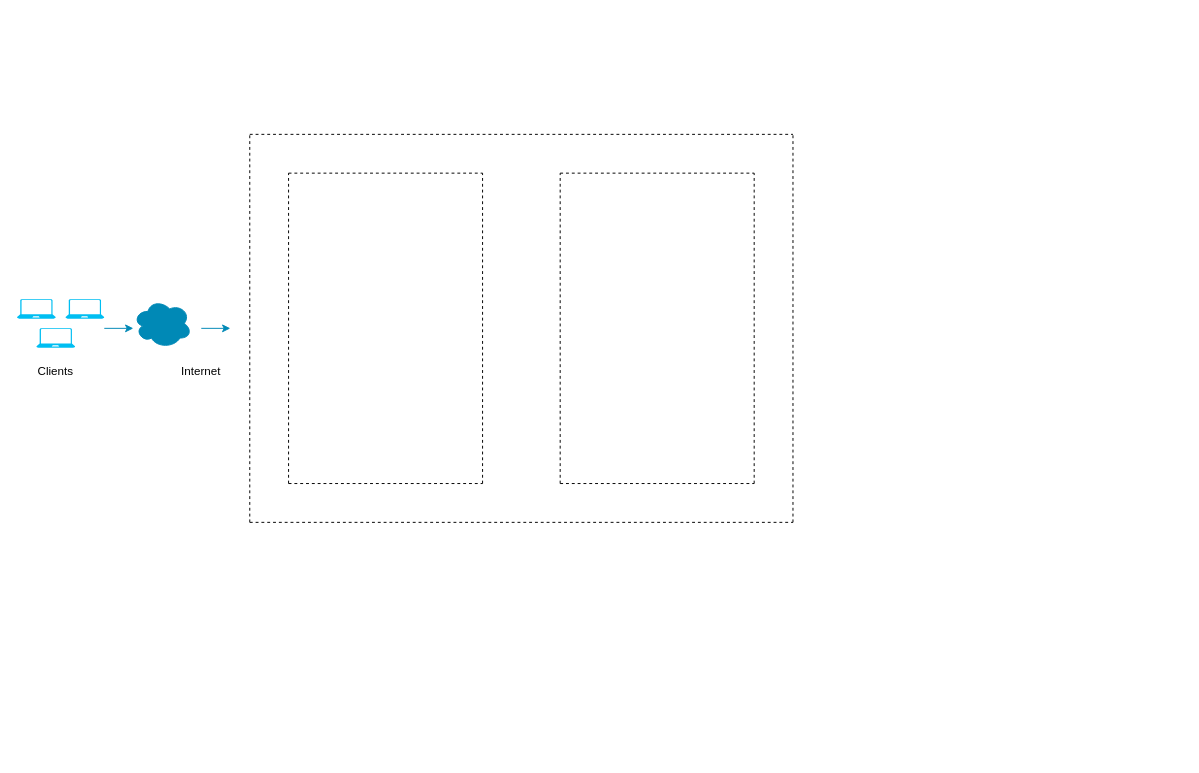
The draw.io diagram page "Page-1" (1 of 2) of architecture.drawio in Nawaf9529/project-diagrams-1, before the edit. Source tidied: cells renumbered, new cells numbered last; positions are measured from the earlier drawing's top-left corner, leaving out a move shared by most shapes. Both pictures are drawn from the tidied source at 97%, with x=0, y=0 at pixel (16, 134). Pictures stored in the file or linked from it are replaced by grey dashed boxes.
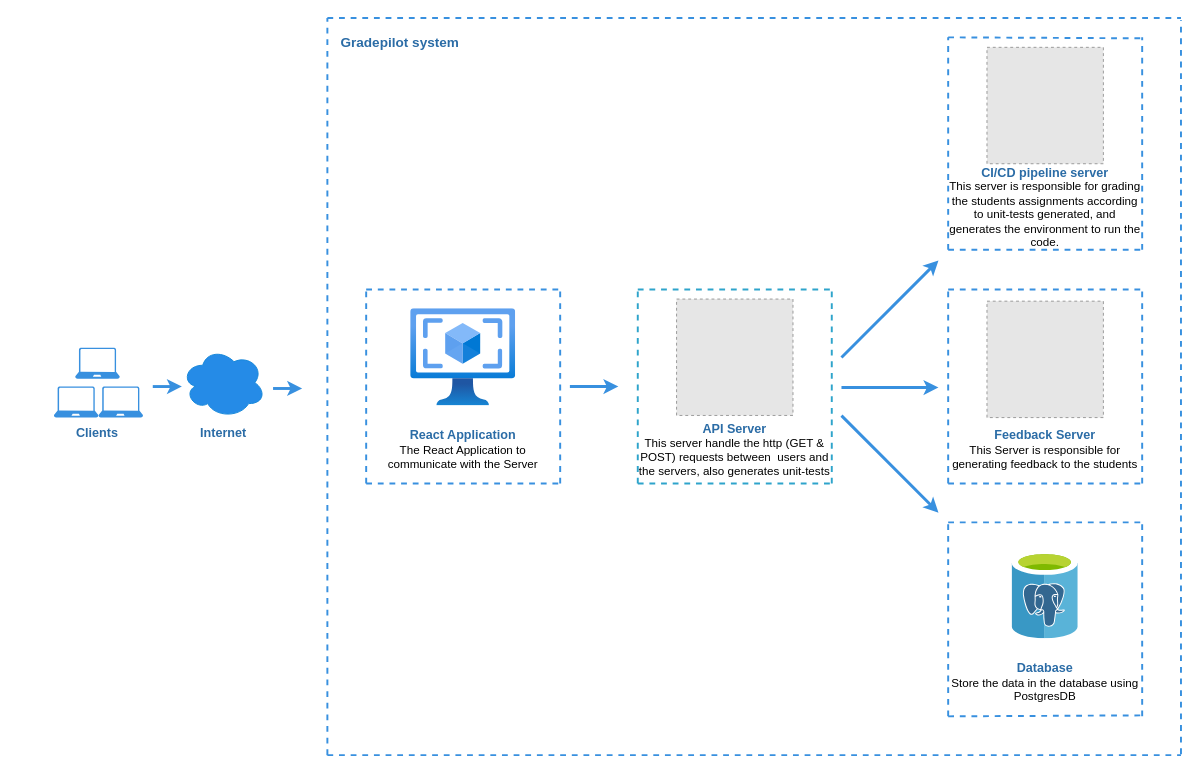
After the change.

Change to the diagram source:
```diff
@@
-    <mxCell id="2" style="verticalLabelPosition=bottom;html=1;verticalAlign=top;align=center;strokeColor=none;fillColor=#00BEF2;shape=mxgraph.azure.laptop;" parent="1" vertex="1">
-      <mxGeometry y="170" width="40" height="20" as="geometry" />
+    <mxCell id="2" style="verticalLabelPosition=bottom;html=1;verticalAlign=top;align=center;strokeColor=none;fillColor=#3890df;shape=mxgraph.azure.laptop;" parent="1" vertex="1">
+      <mxGeometry x="60" y="220" width="46" height="32" as="geometry" />
     </mxCell>
-    <mxCell id="3" style="verticalLabelPosition=bottom;html=1;verticalAlign=top;align=center;strokeColor=none;fillColor=#00BEF2;shape=mxgraph.azure.laptop;" parent="1" vertex="1">
-      <mxGeometry x="50" y="170" width="40" height="20" as="geometry" />
-    </mxCell>
-    <mxCell id="4" style="verticalLabelPosition=bottom;html=1;verticalAlign=top;align=center;strokeColor=none;fillColor=#00BEF2;shape=mxgraph.azure.laptop;" parent="1" vertex="1">
-      <mxGeometry x="20" y="200" width="40" height="20" as="geometry" />
-    </mxCell>
-    <mxCell id="5" style="endArrow=classic;html=1;rounded=0;strokeColor=#0089b6;" parent="1" edge="1">
+    <mxCell id="5" style="endArrow=classic;html=1;rounded=0;strokeColor=#3890df;strokeWidth=3;" parent="1" edge="1">
       <mxGeometry relative="1" as="geometry">
-        <mxPoint x="90" y="200" as="sourcePoint" />
-        <mxPoint x="120" y="200" as="targetPoint" />
+        <mxPoint x="140" y="260" as="sourcePoint" />
+        <mxPoint x="170" y="260" as="targetPoint" />
       </mxGeometry>
     </mxCell>
-    <mxCell id="6" style="ellipse;shape=cloud;whiteSpace=wrap;html=1;shadow=0;fillColor=#0089b6;strokeColor=#0089b6;" parent="1" vertex="1">
-      <mxGeometry x="120" y="170" width="60" height="50" as="geometry" />
+    <mxCell id="6" style="ellipse;shape=cloud;whiteSpace=wrap;html=1;shadow=0;fillColor=#258be7;strokeColor=#1788d9;" parent="1" vertex="1">
+      <mxGeometry x="170" y="220" width="86" height="72" as="geometry" />
     </mxCell>
-    <mxCell id="7" value="Clients" style="text;html=1;align=center;verticalAlign=middle;whiteSpace=wrap;rounded=0;" parent="1" vertex="1">
-      <mxGeometry x="10" y="230" width="60" height="30" as="geometry" />
+    <mxCell id="7" value="&lt;font size=&quot;1&quot; color=&quot;#2b6ca6&quot;&gt;&lt;b style=&quot;font-size: 13px;&quot;&gt;Clients&lt;/b&gt;&lt;/font&gt;" style="text;html=1;align=center;verticalAlign=middle;whiteSpace=wrap;rounded=0;" parent="1" vertex="1">
+      <mxGeometry x="53" y="292" width="60" height="30" as="geometry" />
     </mxCell>
-    <mxCell id="8" value="Internet" style="text;html=1;align=center;verticalAlign=middle;whiteSpace=wrap;rounded=0;" parent="1" vertex="1">
-      <mxGeometry x="160" y="230" width="60" height="30" as="geometry" />
+    <mxCell id="8" value="&lt;font size=&quot;1&quot; color=&quot;#2b6ca6&quot;&gt;&lt;b style=&quot;font-size: 13px;&quot;&gt;Internet&lt;/b&gt;&lt;/font&gt;" style="text;html=1;align=center;verticalAlign=middle;whiteSpace=wrap;rounded=0;" parent="1" vertex="1">
+      <mxGeometry x="183" y="292" width="60" height="30" as="geometry" />
     </mxCell>
-    <mxCell id="9" style="endArrow=classic;html=1;rounded=0;strokeColor=#0089b6;" parent="1" edge="1">
+    <mxCell id="9" style="endArrow=classic;html=1;rounded=0;strokeColor=#3890df;strokeWidth=3;" parent="1" edge="1">
       <mxGeometry relative="1" as="geometry">
-        <mxPoint x="190" y="200" as="sourcePoint" />
-        <mxPoint x="220" y="200" as="targetPoint" />
+        <mxPoint x="264" y="262" as="sourcePoint" />
+        <mxPoint x="294" y="262" as="targetPoint" />
       </mxGeometry>
     </mxCell>
-    <mxCell id="10" style="endArrow=none;dashed=1;html=1;rounded=0;" parent="1" edge="1">
+    <mxCell id="10" style="endArrow=none;dashed=1;html=1;rounded=0;strokeColor=#3890df;strokeWidth=2;" parent="1" edge="1">
       <mxGeometry relative="1" as="geometry">
-        <mxPoint x="280" y="360" as="sourcePoint" />
-        <mxPoint x="280" y="40" as="targetPoint" />
+        <mxPoint x="360" y="360" as="sourcePoint" />
+        <mxPoint x="360" y="160" as="targetPoint" />
       </mxGeometry>
     </mxCell>
-    <mxCell id="11" style="endArrow=none;dashed=1;html=1;rounded=0;" parent="1" edge="1">
+    <mxCell id="11" style="endArrow=none;dashed=1;html=1;rounded=0;strokeColor=#3890df;strokeWidth=2;" parent="1" edge="1">
       <mxGeometry relative="1" as="geometry">
-        <mxPoint x="480" y="360" as="sourcePoint" />
-        <mxPoint x="480" y="40" as="targetPoint" />
+        <mxPoint x="560" y="360" as="sourcePoint" />
+        <mxPoint x="560" y="160" as="targetPoint" />
       </mxGeometry>
     </mxCell>
-    <mxCell id="12" style="endArrow=none;dashed=1;html=1;rounded=0;" parent="1" edge="1">
+    <mxCell id="12" style="endArrow=none;dashed=1;html=1;rounded=0;strokeColor=#3890df;strokeWidth=2;" parent="1" edge="1">
       <mxGeometry relative="1" as="geometry">
-        <mxPoint x="280" y="360" as="sourcePoint" />
-        <mxPoint x="480" y="360" as="targetPoint" />
+        <mxPoint x="360" y="360" as="sourcePoint" />
+        <mxPoint x="560" y="360" as="targetPoint" />
       </mxGeometry>
     </mxCell>
-    <mxCell id="13" style="endArrow=none;dashed=1;html=1;rounded=0;" parent="1" edge="1">
+    <mxCell id="13" style="endArrow=none;dashed=1;html=1;rounded=0;strokeColor=#3890df;strokeWidth=2;" parent="1" edge="1">
       <mxGeometry relative="1" as="geometry">
-        <mxPoint x="280" y="40" as="sourcePoint" />
-        <mxPoint x="480" y="40" as="targetPoint" />
+        <mxPoint x="360" y="160" as="sourcePoint" />
+        <mxPoint x="560" y="160" as="targetPoint" />
       </mxGeometry>
     </mxCell>
-    <mxCell id="14" style="endArrow=none;dashed=1;html=1;rounded=0;" parent="1" edge="1">
-      <mxGeometry relative="1" as="geometry">
-        <mxPoint x="560" y="360" as="sourcePoint" />
-        <mxPoint x="560" y="40" as="targetPoint" />
-      </mxGeometry>
-    </mxCell>
-    <mxCell id="15" style="endArrow=none;dashed=1;html=1;rounded=0;" parent="1" edge="1">
-      <mxGeometry relative="1" as="geometry">
-        <mxPoint x="760" y="360" as="sourcePoint" />
-        <mxPoint x="760" y="40" as="targetPoint" />
-      </mxGeometry>
-    </mxCell>
-    <mxCell id="16" style="endArrow=none;dashed=1;html=1;rounded=0;" parent="1" edge="1">
-      <mxGeometry relative="1" as="geometry">
-        <mxPoint x="560" y="360" as="sourcePoint" />
-        <mxPoint x="760" y="360" as="targetPoint" />
-      </mxGeometry>
-    </mxCell>
-    <mxCell id="17" style="endArrow=none;dashed=1;html=1;rounded=0;" parent="1" edge="1">
-      <mxGeometry relative="1" as="geometry">
-        <mxPoint x="560" y="40" as="sourcePoint" />
-        <mxPoint x="760" y="40" as="targetPoint" />
-      </mxGeometry>
-    </mxCell>
-    <mxCell id="18" style="endArrow=none;dashed=1;html=1;rounded=0;" parent="1" edge="1">
+    <mxCell id="18" style="endArrow=none;dashed=1;html=1;rounded=0;strokeColor=#3890df;strokeWidth=2;" parent="1" edge="1">
       <mxGeometry relative="1" as="geometry">
-        <mxPoint x="240" y="400" as="sourcePoint" />
-        <mxPoint x="240" as="targetPoint" />
+        <mxPoint x="320" y="640" as="sourcePoint" />
+        <mxPoint x="320" y="-120" as="targetPoint" />
       </mxGeometry>
     </mxCell>
-    <mxCell id="19" style="endArrow=none;dashed=1;html=1;rounded=0;" parent="1" edge="1">
+    <mxCell id="19" style="endArrow=none;dashed=1;html=1;rounded=0;strokeColor=#3890df;strokeWidth=2;" parent="1" edge="1">
       <mxGeometry relative="1" as="geometry">
-        <mxPoint x="800" y="400" as="sourcePoint" />
-        <mxPoint x="800" as="targetPoint" />
+        <mxPoint x="1200" y="639" as="sourcePoint" />
+        <mxPoint x="1200" y="-118" as="targetPoint" />
       </mxGeometry>
     </mxCell>
-    <mxCell id="20" style="endArrow=none;dashed=1;html=1;rounded=0;" parent="1" edge="1">
+    <mxCell id="20" style="endArrow=none;dashed=1;html=1;rounded=0;strokeColor=#3890df;strokeWidth=2;" parent="1" edge="1">
       <mxGeometry relative="1" as="geometry">
-        <mxPoint x="240" y="400" as="sourcePoint" />
-        <mxPoint x="800" y="400" as="targetPoint" />
+        <mxPoint x="320" y="640" as="sourcePoint" />
+        <mxPoint x="1200" y="640" as="targetPoint" />
       </mxGeometry>
     </mxCell>
-    <mxCell id="21" style="endArrow=none;dashed=1;html=1;rounded=0;" parent="1" edge="1">
+    <mxCell id="21" style="endArrow=none;dashed=1;html=1;rounded=0;strokeColor=#3890df;strokeWidth=2;" parent="1" edge="1">
       <mxGeometry relative="1" as="geometry">
-        <mxPoint x="240" as="sourcePoint" />
-        <mxPoint x="800" as="targetPoint" />
+        <mxPoint x="320" y="-120" as="sourcePoint" />
+        <mxPoint x="1200" y="-120" as="targetPoint" />
       </mxGeometry>
     </mxCell>
+    <mxCell id="22" value="&lt;b&gt;&lt;font color=&quot;#2b6ca6&quot; style=&quot;font-size: 13px;&quot;&gt;React Application&lt;/font&gt;&lt;/b&gt;&lt;br&gt;The React Application to communicate with the Server" style="text;html=1;align=center;verticalAlign=middle;whiteSpace=wrap;rounded=0;strokeColor=none;strokeWidth=2;" parent="1" vertex="1">
+      <mxGeometry x="370" y="300" width="180" height="50" as="geometry" />
+    </mxCell>
+    <mxCell id="23" style="endArrow=none;dashed=1;html=1;rounded=0;strokeColor=#2ea4cb;strokeWidth=2;" parent="1" edge="1">
+      <mxGeometry relative="1" as="geometry">
+        <mxPoint x="640" y="360" as="sourcePoint" />
+        <mxPoint x="640" y="160" as="targetPoint" />
+      </mxGeometry>
+    </mxCell>
+    <mxCell id="24" style="endArrow=none;dashed=1;html=1;rounded=0;strokeColor=#2ea4cb;strokeWidth=2;" parent="1" edge="1">
+      <mxGeometry relative="1" as="geometry">
+        <mxPoint x="840" y="360" as="sourcePoint" />
+        <mxPoint x="840" y="156.6" as="targetPoint" />
+      </mxGeometry>
+    </mxCell>
+    <mxCell id="25" style="endArrow=none;dashed=1;html=1;rounded=0;strokeColor=#2ea4cb;strokeWidth=2;" parent="1" edge="1">
+      <mxGeometry relative="1" as="geometry">
+        <mxPoint x="640" y="360" as="sourcePoint" />
+        <mxPoint x="840" y="360" as="targetPoint" />
+      </mxGeometry>
+    </mxCell>
+    <mxCell id="26" style="endArrow=none;dashed=1;html=1;rounded=0;strokeColor=#2ea4cb;strokeWidth=2;" parent="1" edge="1">
+      <mxGeometry relative="1" as="geometry">
+        <mxPoint x="640" y="160" as="sourcePoint" />
+        <mxPoint x="840" y="160" as="targetPoint" />
+      </mxGeometry>
+    </mxCell>
+    <mxCell id="27" value="&lt;b&gt;&lt;font color=&quot;#2b6ca6&quot; style=&quot;font-size: 13px;&quot;&gt;API Server&lt;/font&gt;&lt;/b&gt;&lt;div&gt;This server handle the http (GET &amp;amp; POST) requests between&amp;nbsp; users and the servers, also generates unit-tests&lt;/div&gt;" style="text;html=1;align=center;verticalAlign=middle;whiteSpace=wrap;rounded=0;strokeColor=none;strokeWidth=2;" parent="1" vertex="1">
+      <mxGeometry x="640" y="300" width="200" height="50" as="geometry" />
+    </mxCell>
+    <mxCell id="28" style="endArrow=none;dashed=1;html=1;rounded=0;strokeColor=#3890df;strokeWidth=2;" parent="1" edge="1">
+      <mxGeometry relative="1" as="geometry">
+        <mxPoint x="960" y="119" as="sourcePoint" />
+        <mxPoint x="960" y="-100" as="targetPoint" />
+      </mxGeometry>
+    </mxCell>
+    <mxCell id="29" style="endArrow=none;dashed=1;html=1;rounded=0;strokeColor=#3890df;strokeWidth=2;" parent="1" edge="1">
+      <mxGeometry relative="1" as="geometry">
+        <mxPoint x="1160" y="119" as="sourcePoint" />
+        <mxPoint x="1160" y="-100" as="targetPoint" />
+      </mxGeometry>
+    </mxCell>
+    <mxCell id="30" style="endArrow=none;dashed=1;html=1;rounded=0;strokeColor=#3890df;strokeWidth=2;" parent="1" edge="1">
+      <mxGeometry relative="1" as="geometry">
+        <mxPoint x="960" y="119" as="sourcePoint" />
+        <mxPoint x="1160" y="119" as="targetPoint" />
+      </mxGeometry>
+    </mxCell>
+    <mxCell id="31" style="endArrow=none;dashed=1;html=1;rounded=0;strokeColor=#3890df;strokeWidth=2;" parent="1" edge="1">
+      <mxGeometry relative="1" as="geometry">
+        <mxPoint x="960" y="-100" as="sourcePoint" />
+        <mxPoint x="1160" y="-99" as="targetPoint" />
+      </mxGeometry>
+    </mxCell>
+    <mxCell id="32" value="&lt;b&gt;&lt;font color=&quot;#2b6ca6&quot; style=&quot;font-size: 13px;&quot;&gt;CI/CD pipeline server&lt;/font&gt;&lt;/b&gt;&lt;div&gt;This server is responsible for grading the students assignments according to unit-tests generated, and generates the environment to run the code.&lt;/div&gt;" style="text;html=1;align=center;verticalAlign=middle;whiteSpace=wrap;rounded=0;strokeColor=none;strokeWidth=2;" parent="1" vertex="1">
+      <mxGeometry x="960" y="30.3" width="200" height="90" as="geometry" />
+    </mxCell>
+    <mxCell id="33" style="endArrow=none;dashed=1;html=1;rounded=0;strokeColor=#3890df;strokeWidth=2;" parent="1" edge="1">
+      <mxGeometry relative="1" as="geometry">
+        <mxPoint x="960" y="360" as="sourcePoint" />
+        <mxPoint x="960" y="158" as="targetPoint" />
+      </mxGeometry>
+    </mxCell>
+    <mxCell id="34" style="endArrow=none;dashed=1;html=1;rounded=0;strokeColor=#3890df;strokeWidth=2;" parent="1" edge="1">
+      <mxGeometry relative="1" as="geometry">
+        <mxPoint x="1160" y="360" as="sourcePoint" />
+        <mxPoint x="1160" y="160" as="targetPoint" />
+      </mxGeometry>
+    </mxCell>
+    <mxCell id="35" style="endArrow=none;dashed=1;html=1;rounded=0;strokeColor=#3890df;strokeWidth=2;" parent="1" edge="1">
+      <mxGeometry relative="1" as="geometry">
+        <mxPoint x="960" y="360" as="sourcePoint" />
+        <mxPoint x="1160" y="360" as="targetPoint" />
+      </mxGeometry>
+    </mxCell>
+    <mxCell id="36" style="endArrow=none;dashed=1;html=1;rounded=0;strokeColor=#3890df;strokeWidth=2;" parent="1" edge="1">
+      <mxGeometry relative="1" as="geometry">
+        <mxPoint x="960" y="160" as="sourcePoint" />
+        <mxPoint x="1160" y="160" as="targetPoint" />
+      </mxGeometry>
+    </mxCell>
+    <mxCell id="37" value="&lt;b&gt;&lt;font color=&quot;#2b6ca6&quot; style=&quot;font-size: 13px;&quot;&gt;Feedback Server&lt;/font&gt;&lt;/b&gt;&lt;div&gt;This Server is responsible for generating feedback to the students&lt;/div&gt;" style="text;html=1;align=center;verticalAlign=middle;whiteSpace=wrap;rounded=0;strokeColor=none;strokeWidth=2;" parent="1" vertex="1">
+      <mxGeometry x="960" y="300" width="200" height="50" as="geometry" />
+    </mxCell>
+    <mxCell id="38" style="endArrow=none;dashed=1;html=1;rounded=0;strokeColor=#3890df;strokeWidth=2;" parent="1" edge="1">
+      <mxGeometry relative="1" as="geometry">
+        <mxPoint x="960" y="600" as="sourcePoint" />
+        <mxPoint x="960" y="399" as="targetPoint" />
+      </mxGeometry>
+    </mxCell>
+    <mxCell id="39" style="endArrow=none;dashed=1;html=1;rounded=0;strokeColor=#3890df;strokeWidth=2;" parent="1" edge="1">
+      <mxGeometry relative="1" as="geometry">
+        <mxPoint x="1160" y="600" as="sourcePoint" />
+        <mxPoint x="1160" y="400" as="targetPoint" />
+      </mxGeometry>
+    </mxCell>
+    <mxCell id="40" style="endArrow=none;dashed=1;html=1;rounded=0;strokeColor=#3890df;strokeWidth=2;" parent="1" edge="1">
+      <mxGeometry relative="1" as="geometry">
+        <mxPoint x="960" y="600" as="sourcePoint" />
+        <mxPoint x="1160" y="599" as="targetPoint" />
+      </mxGeometry>
+    </mxCell>
+    <mxCell id="41" style="endArrow=none;dashed=1;html=1;rounded=0;strokeColor=#3890df;strokeWidth=2;" parent="1" edge="1">
+      <mxGeometry relative="1" as="geometry">
+        <mxPoint x="960" y="400" as="sourcePoint" />
+        <mxPoint x="1160" y="400" as="targetPoint" />
+      </mxGeometry>
+    </mxCell>
+    <mxCell id="42" value="&lt;b&gt;&lt;font color=&quot;#2b6ca6&quot; style=&quot;font-size: 13px;&quot;&gt;Database&lt;/font&gt;&lt;/b&gt;&lt;div&gt;Store the data in the database using PostgresDB&lt;/div&gt;" style="text;html=1;align=center;verticalAlign=middle;whiteSpace=wrap;rounded=0;strokeColor=none;strokeWidth=2;" parent="1" vertex="1">
+      <mxGeometry x="960" y="540" width="200" height="50" as="geometry" />
+    </mxCell>
+    <mxCell id="43" style="endArrow=classic;html=1;rounded=0;strokeColor=#3890df;strokeWidth=3;" parent="1" edge="1">
+      <mxGeometry relative="1" as="geometry">
+        <mxPoint x="570" y="260" as="sourcePoint" />
+        <mxPoint x="620" y="260" as="targetPoint" />
+      </mxGeometry>
+    </mxCell>
+    <mxCell id="44" style="endArrow=classic;html=1;rounded=0;strokeWidth=3;strokeColor=#3890df;" parent="1" edge="1">
+      <mxGeometry relative="1" as="geometry">
+        <mxPoint x="850" y="230" as="sourcePoint" />
+        <mxPoint x="950" y="130" as="targetPoint" />
+      </mxGeometry>
+    </mxCell>
+    <mxCell id="45" style="endArrow=classic;html=1;rounded=0;strokeWidth=3;strokeColor=#3890df;" parent="1" edge="1">
+      <mxGeometry relative="1" as="geometry">
+        <mxPoint x="850" y="261" as="sourcePoint" />
+        <mxPoint x="950" y="261" as="targetPoint" />
+      </mxGeometry>
+    </mxCell>
+    <mxCell id="46" style="endArrow=classic;html=1;rounded=0;strokeWidth=3;strokeColor=#3890df;" parent="1" edge="1">
+      <mxGeometry relative="1" as="geometry">
+        <mxPoint x="850" y="290" as="sourcePoint" />
+        <mxPoint x="950" y="390" as="targetPoint" />
+      </mxGeometry>
+    </mxCell>
+    <mxCell id="47" style="verticalLabelPosition=bottom;html=1;verticalAlign=top;align=center;strokeColor=none;fillColor=#3890df;shape=mxgraph.azure.laptop;" parent="1" vertex="1">
+      <mxGeometry x="38" y="260" width="46" height="32" as="geometry" />
+    </mxCell>
+    <mxCell id="48" style="verticalLabelPosition=bottom;html=1;verticalAlign=top;align=center;strokeColor=none;fillColor=#3890df;shape=mxgraph.azure.laptop;" parent="1" vertex="1">
+      <mxGeometry x="84" y="260" width="46" height="32" as="geometry" />
+    </mxCell>
+    <mxCell id="49" style="image;html=1;align=center;fontSize=12;image=img/lib/azure2/compute/VM_Images_Classic.svg;" parent="1" vertex="1">
+      <mxGeometry x="405.9" y="179.7" width="108.2" height="100.3" as="geometry" />
+    </mxCell>
+    <mxCell id="50" style="image;sketch=0;html=1;align=center;fontSize=12;image=img/lib/mscae/Azure_Database_for_PostgreSQL_servers.svg;" parent="1" vertex="1">
+      <mxGeometry x="1025.8" y="430" width="68.4" height="90" as="geometry" />
+    </mxCell>
+    <mxCell id="51" style="fillColor=#E6E6E6;strokeColor=#999999;dashed=1;verticalLabelPosition=bottom;labelBackgroundColor=default;verticalAlign=top;" parent="1" vertex="1">
+      <mxGeometry x="680" y="169.8" width="120" height="120" as="geometry" />
+    </mxCell>
+    <mxCell id="52" style="fillColor=#E6E6E6;strokeColor=#999999;dashed=1;verticalLabelPosition=bottom;labelBackgroundColor=default;verticalAlign=top;" parent="1" vertex="1">
+      <mxGeometry x="1000" y="172" width="120" height="120" as="geometry" />
+    </mxCell>
+    <mxCell id="53" style="fillColor=#E6E6E6;strokeColor=#999999;dashed=1;verticalLabelPosition=bottom;labelBackgroundColor=default;verticalAlign=top;" parent="1" vertex="1">
+      <mxGeometry x="1000" y="-89.7" width="120" height="120" as="geometry" />
+    </mxCell>
+    <mxCell id="54" value="&lt;b&gt;&lt;font color=&quot;#2b6ca6&quot; style=&quot;font-size: 14px;&quot;&gt;Gradepilot system&lt;/font&gt;&lt;/b&gt;" style="text;html=1;align=center;verticalAlign=middle;whiteSpace=wrap;rounded=0;fontColor=#3a91df;" parent="1" vertex="1">
+      <mxGeometry x="330" y="-110" width="130" height="30" as="geometry" />
+    </mxCell>
```
